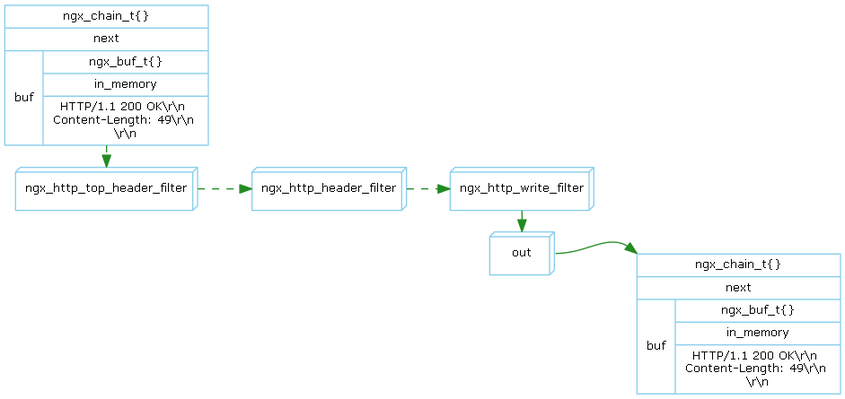
This is doc/Graph/http_output/http_body_filter.png from lingjf/nginx_analyse, a Graphviz export, as it was before one commit. Its source is kept beside it as doc/Graph/http_output/http_body_filter.gv. Source of this version:
```dot
digraph ngx_body_filter {

   rankdir=LR;
   node [shape=record, color=skyblue, fontname="Verdana", fontsize=10];
   edge [color=forestgreen, fontname="Verdana", fontsize=10];

   ngx_chain_t1 [label="<head>ngx_chain_t\{\}|<next>next|{buf|{ngx_buf_t\{\}|in_memory|HTTP/1.1 200 OK\\r\\n \nContent-Length: 49\\r\\n \n\\r\\n}}"];

   ngx_http_top_header_filter [shape=box3d];
   ngx_http_header_filter [shape=box3d];
   ngx_http_write_filter [shape=box3d];

   out [shape=box3d];
   ngx_chain_t2 [label="<head>ngx_chain_t\{\}|<next>next|{buf|{ngx_buf_t\{\}|in_memory|HTTP/1.1 200 OK\\r\\n \nContent-Length: 49\\r\\n \n\\r\\n}}"];

   ngx_chain_t1 -> ngx_http_top_header_filter -> ngx_http_header_filter -> ngx_http_write_filter [weight=9, style="dashed"];

   ngx_http_write_filter -> out;
   out:e -> ngx_chain_t2:head:nw;


   {rank=same; ngx_chain_t1;ngx_http_top_header_filter;};

   {rank=same; ngx_http_write_filter;out;};
}
```
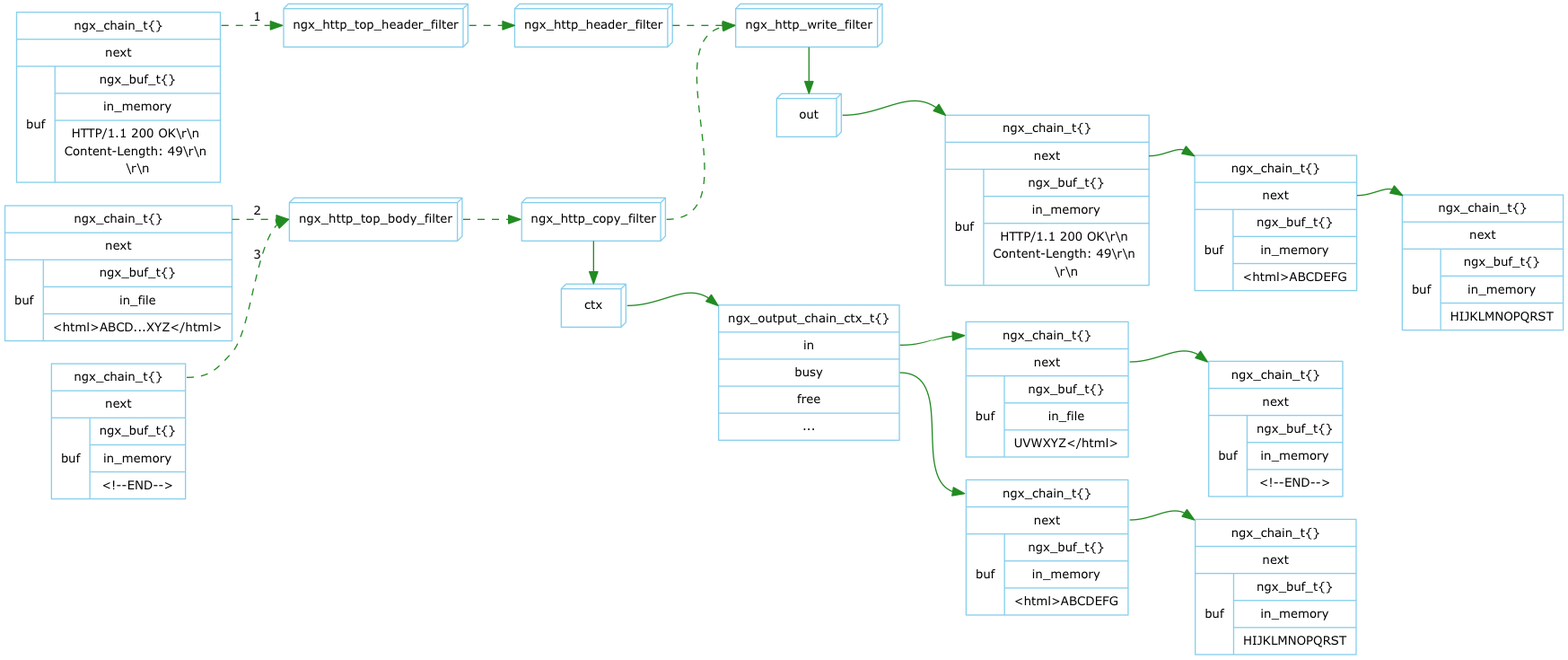
Later version of the same file.

Commit message:
Add output document

Diff of the diagram source:
```diff
@@ -5,21 +5,50 @@
    edge [color=forestgreen, fontname="Verdana", fontsize=10];
 
    ngx_chain_t1 [label="<head>ngx_chain_t\{\}|<next>next|{buf|{ngx_buf_t\{\}|in_memory|HTTP/1.1 200 OK\\r\\n \nContent-Length: 49\\r\\n \n\\r\\n}}"];
+   ngx_chain_t2 [label="<head>ngx_chain_t\{\}|<next>next|{buf|{ngx_buf_t\{\}|in_file|\<html\>ABCD...XYZ\</html\>}}"];
+   ngx_chain_t3 [label="<head>ngx_chain_t\{\}|<next>next|{buf|{ngx_buf_t\{\}|in_memory|\<!--END--\>}}"];
 
    ngx_http_top_header_filter [shape=box3d];
+   ngx_http_top_body_filter [shape=box3d];
    ngx_http_header_filter [shape=box3d];
+   ngx_http_copy_filter [shape=box3d];
    ngx_http_write_filter [shape=box3d];
 
    out [shape=box3d];
-   ngx_chain_t2 [label="<head>ngx_chain_t\{\}|<next>next|{buf|{ngx_buf_t\{\}|in_memory|HTTP/1.1 200 OK\\r\\n \nContent-Length: 49\\r\\n \n\\r\\n}}"];
+   ngx_chain_t1e [label="<head>ngx_chain_t\{\}|<next>next|{buf|{ngx_buf_t\{\}|in_memory|HTTP/1.1 200 OK\\r\\n \nContent-Length: 49\\r\\n \n\\r\\n}}"];
 
-   ngx_chain_t1 -> ngx_http_top_header_filter -> ngx_http_header_filter -> ngx_http_write_filter [weight=9, style="dashed"];
+   ctx [shape=box3d];
+   ngx_output_chain_ctx_t [label="<head>ngx_output_chain_ctx_t\{\}|<in>in |<busy>busy |<free>free|..."];
 
-   ngx_http_write_filter -> out;
-   out:e -> ngx_chain_t2:head:nw;
+   ngx_chain_t2a [label="<head>ngx_chain_t\{\}|<next>next|{buf|{ngx_buf_t\{\}|in_file|UVWXYZ\</html\>}}"];
+   ngx_chain_t2b [label="<head>ngx_chain_t\{\}|<next>next|{buf|{ngx_buf_t\{\}|in_memory|\<html\>ABCDEFG}}"];
+   ngx_chain_t2c [label="<head>ngx_chain_t\{\}|<next>next|{buf|{ngx_buf_t\{\}|in_memory|HIJKLMNOPQRST}}"];
+
+   ngx_chain_t3a [label="<head>ngx_chain_t\{\}|<next>next|{buf|{ngx_buf_t\{\}|in_memory|\<!--END--\>}}"];
+
+   ngx_chain_t2e [label="<head>ngx_chain_t\{\}|<next>next|{buf|{ngx_buf_t\{\}|in_memory|\<html\>ABCDEFG}}"];
+   ngx_chain_t2f [label="<head>ngx_chain_t\{\}|<next>next|{buf|{ngx_buf_t\{\}|in_memory|HIJKLMNOPQRST}}"];
 
 
-   {rank=same; ngx_chain_t1;ngx_http_top_header_filter;};
+   ngx_chain_t1:head -> ngx_http_top_header_filter:w [weight=5, style="dashed", label="1"];
+   ngx_http_top_header_filter:e -> ngx_http_header_filter:w [weight=5, style="dashed"];
+   ngx_http_header_filter:e -> ngx_http_write_filter:w [weight=5, style="dashed"];
+   ngx_chain_t2:head -> ngx_http_top_body_filter:w [style="dashed", label="2"];
+   ngx_chain_t3:head -> ngx_http_top_body_filter:w [style="dashed", label="3"];
+   ngx_http_top_body_filter:e -> ngx_http_copy_filter:w [weight=3, style="dashed"];
+   ngx_http_copy_filter:e -> ngx_http_write_filter:w [style="dashed"];
+   ngx_http_write_filter -> out;
+   out:e -> ngx_chain_t1e:head:nw;
+   ngx_chain_t1e:next -> ngx_chain_t2e:head:nw;
+   ngx_chain_t2e:next -> ngx_chain_t2f:head:nw;
+
+   ngx_http_copy_filter -> ctx;
+   ctx:e -> ngx_output_chain_ctx_t:head:nw;
+   ngx_output_chain_ctx_t:in -> ngx_chain_t2a:head;
+   ngx_chain_t2a:next -> ngx_chain_t3a:head:nw;
+   ngx_output_chain_ctx_t:busy -> ngx_chain_t2b:head;
+   ngx_chain_t2b:next -> ngx_chain_t2c:head:nw;
 
    {rank=same; ngx_http_write_filter;out;};
+   {rank=same; ngx_http_copy_filter;ctx;};
 }
```
